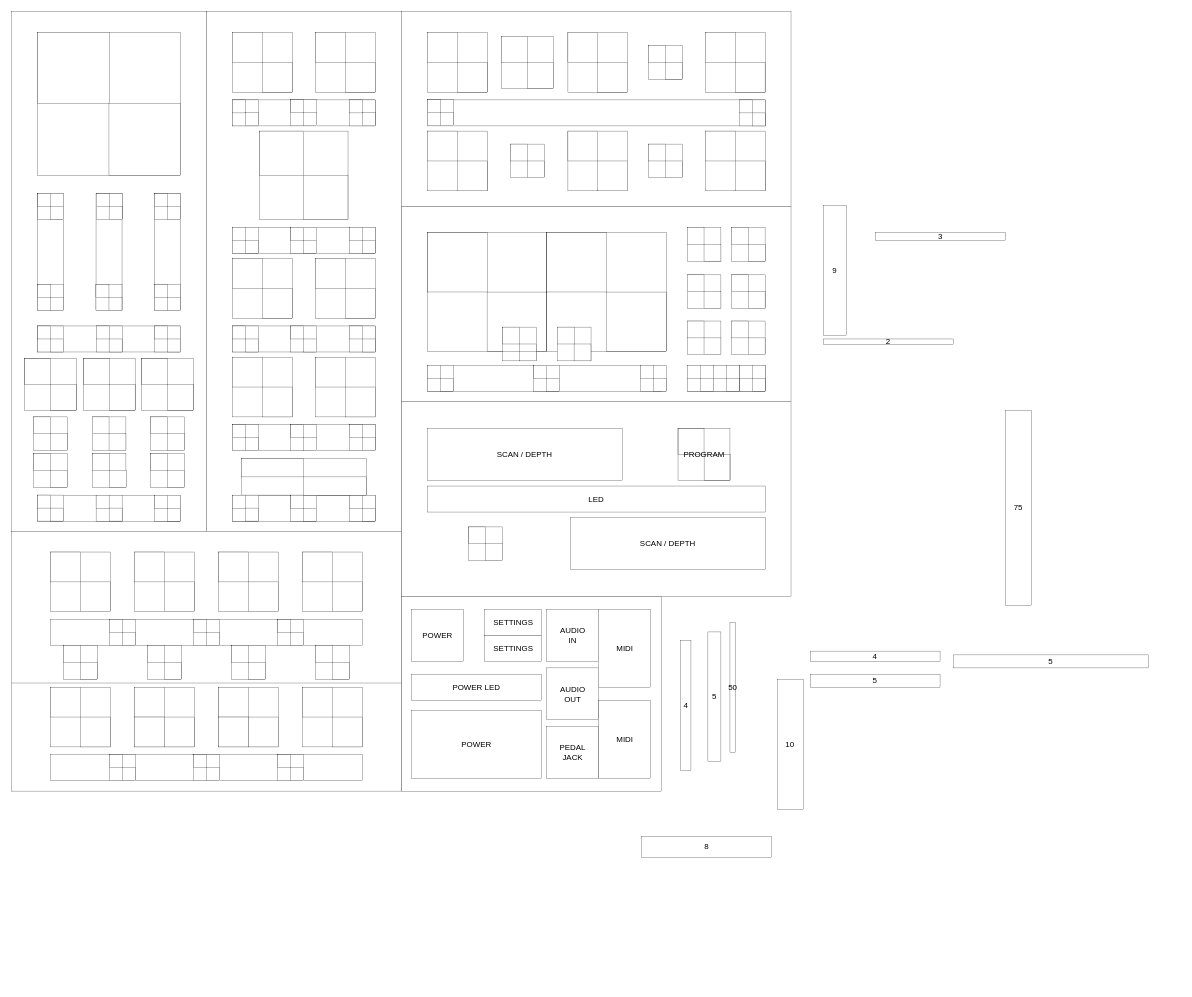
This is page "Page-3" (2 of 3) of Untitled Diagram.drawio from wtfedor/git_intro, a draw.io file, before an edit. Source tidied: cells renumbered, new cells numbered last; positions are measured from the earlier drawing's top-left corner, leaving out a move shared by most shapes. Both pictures are drawn from the tidied source at 66%, with x=0, y=0 at pixel (11, 11).
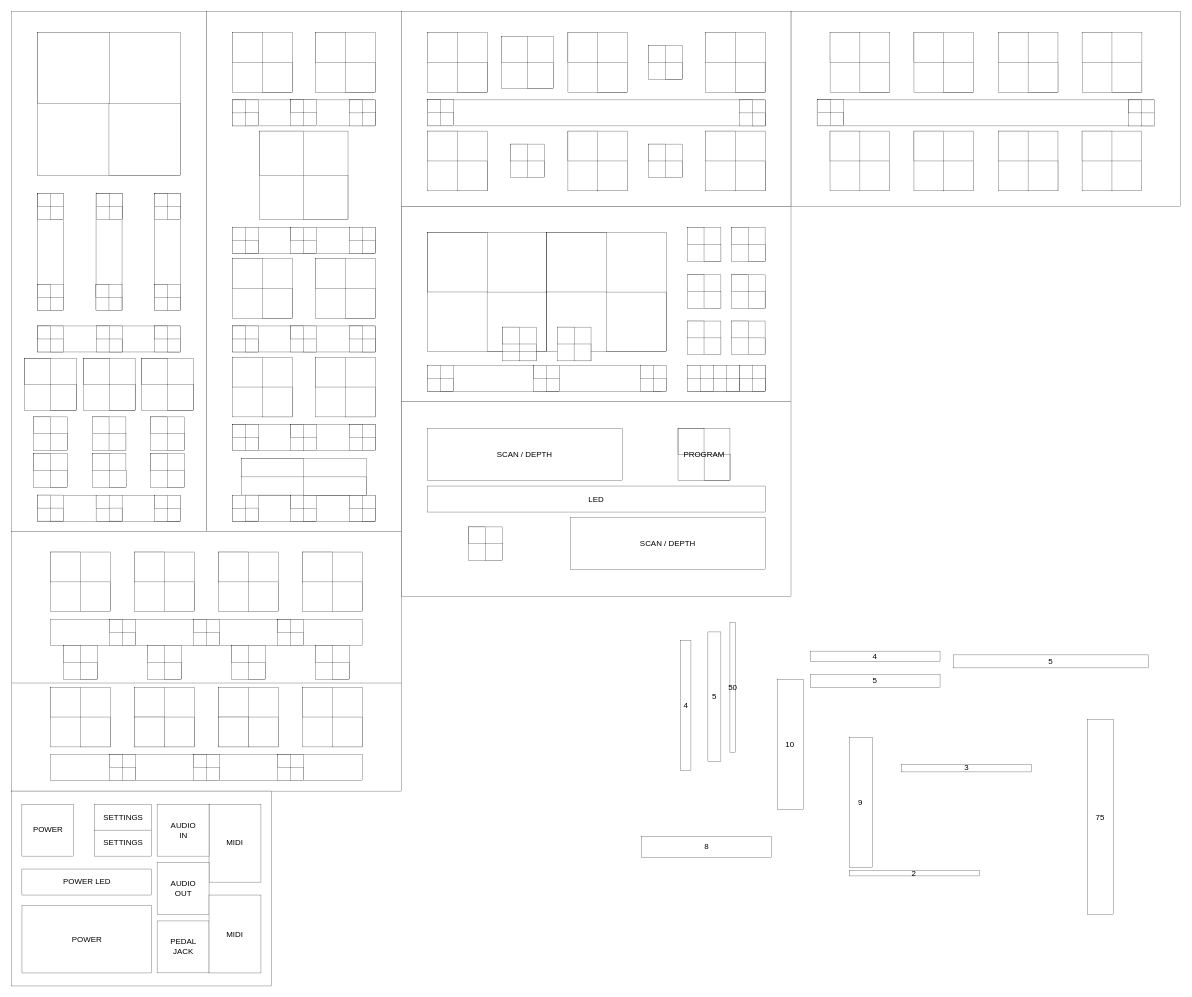
After the change.

The edit, as a diff of the source:
```diff
@@
-    <mxCell id="2" style="rounded=0;whiteSpace=wrap;html=1;strokeWidth=0.3937;" parent="1" vertex="1">
-      <mxGeometry x="590.5" y="886.2" width="393.7" height="295.3" as="geometry" />
-    </mxCell>
@@
     <mxCell id="103" value="9" style="rounded=0;whiteSpace=wrap;html=1;strokeWidth=0.3937;" parent="1" vertex="1">
-      <mxGeometry x="1230" y="294.3" width="35.4" height="196.8" as="geometry" />
+      <mxGeometry x="1269.4" y="1100" width="35.4" height="196.8" as="geometry" />
     </mxCell>
@@
     <mxCell id="108" value="&lt;div&gt;2&lt;/div&gt;" style="rounded=0;whiteSpace=wrap;html=1;strokeWidth=0.3937;" parent="1" vertex="1">
-      <mxGeometry x="1230" y="496.1" width="196.8" height="7.9" as="geometry" />
+      <mxGeometry x="1269.4" y="1301.8" width="196.8" height="7.9" as="geometry" />
     </mxCell>
     <mxCell id="109" value="&lt;div&gt;75&lt;/div&gt;" style="rounded=0;whiteSpace=wrap;html=1;strokeWidth=0.3937;" parent="1" vertex="1">
-      <mxGeometry x="1506.1" y="604.4" width="39.4" height="295.3" as="geometry" />
+      <mxGeometry x="1630" y="1073.2" width="39.4" height="295.3" as="geometry" />
     </mxCell>
@@
-    <mxCell id="120" value="POWER LED" style="rounded=0;whiteSpace=wrap;html=1;strokeWidth=0.3937;direction=south;" parent="1" vertex="1">
-      <mxGeometry x="606.3" y="1004.3" width="196.8" height="39.4" as="geometry" />
-    </mxCell>
@@
     <mxCell id="127" value="3" style="rounded=0;whiteSpace=wrap;html=1;strokeWidth=0.3937;" parent="1" vertex="1">
-      <mxGeometry x="1309.2" y="334.7" width="196.8" height="11.8" as="geometry" />
+      <mxGeometry x="1348.6" y="1140.3" width="196.8" height="11.8" as="geometry" />
     </mxCell>
@@
-    <mxCell id="259" value="POWER" style="rounded=0;whiteSpace=wrap;html=1;strokeWidth=0.3937;" parent="1" vertex="1">
-      <mxGeometry x="606.3" y="1059.5" width="196.8" height="102.4" as="geometry" />
-    </mxCell>
-    <mxCell id="260" value="&lt;div&gt;MIDI&lt;/div&gt;" style="rounded=0;whiteSpace=wrap;html=1;strokeWidth=0.3937;" parent="1" vertex="1">
-      <mxGeometry x="889.8" y="906" width="78.7" height="118.1" as="geometry" />
-    </mxCell>
-    <mxCell id="261" value="AUDIO&lt;br&gt;OUT" style="rounded=0;whiteSpace=wrap;html=1;strokeWidth=0.3937;" parent="1" vertex="1">
-      <mxGeometry x="811" y="994.5" width="78.7" height="78.7" as="geometry" />
-    </mxCell>
-    <mxCell id="262" value="PEDAL&lt;br&gt;JACK" style="rounded=0;whiteSpace=wrap;html=1;strokeWidth=0.3937;" parent="1" vertex="1">
-      <mxGeometry x="811" y="1083.1" width="78.7" height="78.7" as="geometry" />
-    </mxCell>
@@
-    <mxCell id="264" value="&lt;div&gt;MIDI&lt;/div&gt;" style="rounded=0;whiteSpace=wrap;html=1;strokeWidth=0.3937;" parent="1" vertex="1">
-      <mxGeometry x="889.8" y="1043.7" width="78.7" height="118.1" as="geometry" />
-    </mxCell>
-    <mxCell id="265" value="AUDIO&lt;br&gt;IN" style="rounded=0;whiteSpace=wrap;html=1;strokeWidth=0.3937;" parent="1" vertex="1">
-      <mxGeometry x="811" y="906" width="78.7" height="78.7" as="geometry" />
-    </mxCell>
-    <mxCell id="266" value="POWER" style="rounded=0;whiteSpace=wrap;html=1;strokeWidth=0.3937;" parent="1" vertex="1">
-      <mxGeometry x="606.3" y="906" width="78.7" height="78.7" as="geometry" />
-    </mxCell>
@@
-    <mxCell id="268" value="SETTINGS" style="rounded=0;whiteSpace=wrap;html=1;strokeWidth=0.3937;direction=west;" parent="1" vertex="1">
-      <mxGeometry x="716.5" y="906" width="86.6" height="39.4" as="geometry" />
-    </mxCell>
-    <mxCell id="269" value="SETTINGS" style="rounded=0;whiteSpace=wrap;html=1;strokeWidth=0.3937;direction=west;" parent="1" vertex="1">
-      <mxGeometry x="716.5" y="945.4" width="86.6" height="39.4" as="geometry" />
-    </mxCell>
@@
+    <mxCell id="332" style="rounded=0;whiteSpace=wrap;html=1;strokeWidth=0.3937;" parent="1" vertex="1">
+      <mxGeometry y="1181.1" width="393.7" height="295.3" as="geometry" />
+    </mxCell>
+    <mxCell id="120" value="POWER LED" style="rounded=0;whiteSpace=wrap;html=1;strokeWidth=0.3937;direction=south;" parent="1" vertex="1">
+      <mxGeometry x="15.7" y="1299.2" width="196.8" height="39.4" as="geometry" />
+    </mxCell>
+    <mxCell id="333" value="POWER" style="rounded=0;whiteSpace=wrap;html=1;strokeWidth=0.3937;" parent="1" vertex="1">
+      <mxGeometry x="15.8" y="1354.3" width="196.8" height="102.4" as="geometry" />
+    </mxCell>
+    <mxCell id="334" value="&lt;div&gt;MIDI&lt;/div&gt;" style="rounded=0;whiteSpace=wrap;html=1;strokeWidth=0.3937;" parent="1" vertex="1">
+      <mxGeometry x="299.2" y="1200.9" width="78.7" height="118.1" as="geometry" />
+    </mxCell>
+    <mxCell id="261" value="AUDIO&lt;br&gt;OUT" style="rounded=0;whiteSpace=wrap;html=1;strokeWidth=0.3937;" parent="1" vertex="1">
+      <mxGeometry x="220.5" y="1289.4" width="78.7" height="78.7" as="geometry" />
+    </mxCell>
+    <mxCell id="262" value="PEDAL&lt;br&gt;JACK" style="rounded=0;whiteSpace=wrap;html=1;strokeWidth=0.3937;" parent="1" vertex="1">
+      <mxGeometry x="220.5" y="1377.9" width="78.7" height="78.7" as="geometry" />
+    </mxCell>
+    <mxCell id="335" value="&lt;div&gt;MIDI&lt;/div&gt;" style="rounded=0;whiteSpace=wrap;html=1;strokeWidth=0.3937;" parent="1" vertex="1">
+      <mxGeometry x="299.2" y="1338.6" width="78.7" height="118.1" as="geometry" />
+    </mxCell>
+    <mxCell id="265" value="AUDIO&lt;br&gt;IN" style="rounded=0;whiteSpace=wrap;html=1;strokeWidth=0.3937;" parent="1" vertex="1">
+      <mxGeometry x="220.5" y="1200.9" width="78.7" height="78.7" as="geometry" />
+    </mxCell>
+    <mxCell id="336" value="POWER" style="rounded=0;whiteSpace=wrap;html=1;strokeWidth=0.3937;" parent="1" vertex="1">
+      <mxGeometry x="15.7" y="1200.9" width="78.7" height="78.7" as="geometry" />
+    </mxCell>
+    <mxCell id="337" value="SETTINGS" style="rounded=0;whiteSpace=wrap;html=1;strokeWidth=0.3937;direction=west;" parent="1" vertex="1">
+      <mxGeometry x="126" y="1200.9" width="86.6" height="39.4" as="geometry" />
+    </mxCell>
+    <mxCell id="338" value="SETTINGS" style="rounded=0;whiteSpace=wrap;html=1;strokeWidth=0.3937;direction=west;" parent="1" vertex="1">
+      <mxGeometry x="126" y="1240.2" width="86.6" height="39.4" as="geometry" />
+    </mxCell>
+    <mxCell id="339" style="rounded=0;whiteSpace=wrap;html=1;strokeWidth=0.3937;" parent="1" vertex="1">
+      <mxGeometry x="1181.1" width="590.5" height="295.3" as="geometry" />
+    </mxCell>
+    <mxCell id="340" style="rounded=0;whiteSpace=wrap;html=1;strokeWidth=0.3937;" parent="1" vertex="1">
+      <mxGeometry x="1220.5" y="133.9" width="511.8" height="39.4" as="geometry" />
+    </mxCell>
+    <mxCell id="341" style="rounded=0;whiteSpace=wrap;html=1;strokeWidth=0.3937;" parent="1" vertex="1">
+      <mxGeometry x="1692.9" y="133.9" width="39.4" height="39.4" as="geometry" />
+    </mxCell>
+    <mxCell id="342" style="rounded=0;whiteSpace=wrap;html=1;strokeWidth=0.3937;" parent="1" vertex="1">
+      <mxGeometry x="1692.9" y="133.9" width="19.7" height="19.7" as="geometry" />
+    </mxCell>
+    <mxCell id="343" style="rounded=0;whiteSpace=wrap;html=1;strokeWidth=0.3937;" parent="1" vertex="1">
+      <mxGeometry x="1712.6" y="153.6" width="19.7" height="19.7" as="geometry" />
+    </mxCell>
+    <mxCell id="344" style="rounded=0;whiteSpace=wrap;html=1;strokeWidth=0.3937;" parent="1" vertex="1">
+      <mxGeometry x="1220.6" y="133.8" width="39.4" height="39.4" as="geometry" />
+    </mxCell>
+    <mxCell id="345" style="rounded=0;whiteSpace=wrap;html=1;strokeWidth=0.3937;" parent="1" vertex="1">
+      <mxGeometry x="1220.6" y="133.8" width="19.7" height="19.7" as="geometry" />
+    </mxCell>
+    <mxCell id="346" style="rounded=0;whiteSpace=wrap;html=1;strokeWidth=0.3937;" parent="1" vertex="1">
+      <mxGeometry x="1240.3" y="153.5" width="19.7" height="19.7" as="geometry" />
+    </mxCell>
+    <mxCell id="347" style="rounded=0;whiteSpace=wrap;html=1;strokeWidth=0.3937;" parent="1" vertex="1">
+      <mxGeometry x="1240.2" y="31.5" width="90.6" height="90.6" as="geometry" />
+    </mxCell>
+    <mxCell id="348" style="rounded=0;whiteSpace=wrap;html=1;strokeWidth=0.3937;" parent="1" vertex="1">
+      <mxGeometry x="1622.1" y="31.5" width="90.6" height="90.6" as="geometry" />
+    </mxCell>
+    <mxCell id="349" style="rounded=0;whiteSpace=wrap;html=1;strokeWidth=0.3937;" parent="1" vertex="1">
+      <mxGeometry x="1367.3" y="31.5" width="90.6" height="90.6" as="geometry" />
+    </mxCell>
+    <mxCell id="350" style="rounded=0;whiteSpace=wrap;html=1;strokeWidth=0.3937;" parent="1" vertex="1">
+      <mxGeometry x="1494.9" y="31.5" width="90.6" height="90.6" as="geometry" />
+    </mxCell>
+    <mxCell id="351" style="rounded=0;whiteSpace=wrap;html=1;strokeWidth=0.3937;" parent="1" vertex="1">
+      <mxGeometry x="1240.1" y="31.5" width="45.3" height="45.3" as="geometry" />
+    </mxCell>
+    <mxCell id="352" style="rounded=0;whiteSpace=wrap;html=1;strokeWidth=0.3937;" parent="1" vertex="1">
+      <mxGeometry x="1285.4" y="76.8" width="45.3" height="45.3" as="geometry" />
+    </mxCell>
+    <mxCell id="353" style="rounded=0;whiteSpace=wrap;html=1;strokeWidth=0.3937;" parent="1" vertex="1">
+      <mxGeometry x="1367.3" y="31.5" width="45.3" height="45.3" as="geometry" />
+    </mxCell>
+    <mxCell id="354" style="rounded=0;whiteSpace=wrap;html=1;strokeWidth=0.3937;" parent="1" vertex="1">
+      <mxGeometry x="1412.6" y="76.8" width="45.3" height="45.3" as="geometry" />
+    </mxCell>
+    <mxCell id="355" style="rounded=0;whiteSpace=wrap;html=1;strokeWidth=0.3937;" parent="1" vertex="1">
+      <mxGeometry x="1494.9" y="31.5" width="45.3" height="45.3" as="geometry" />
+    </mxCell>
+    <mxCell id="356" style="rounded=0;whiteSpace=wrap;html=1;strokeWidth=0.3937;" parent="1" vertex="1">
+      <mxGeometry x="1540.2" y="76.8" width="45.3" height="45.3" as="geometry" />
+    </mxCell>
+    <mxCell id="357" style="rounded=0;whiteSpace=wrap;html=1;strokeWidth=0.3937;" parent="1" vertex="1">
+      <mxGeometry x="1622" y="31.5" width="45.3" height="45.3" as="geometry" />
+    </mxCell>
+    <mxCell id="358" style="rounded=0;whiteSpace=wrap;html=1;strokeWidth=0.3937;" parent="1" vertex="1">
+      <mxGeometry x="1667.3" y="76.8" width="45.3" height="45.3" as="geometry" />
+    </mxCell>
+    <mxCell id="359" style="rounded=0;whiteSpace=wrap;html=1;strokeWidth=0.3937;" parent="1" vertex="1">
+      <mxGeometry x="1240.1" y="181.1" width="90.6" height="90.6" as="geometry" />
+    </mxCell>
+    <mxCell id="360" style="rounded=0;whiteSpace=wrap;html=1;strokeWidth=0.3937;" parent="1" vertex="1">
+      <mxGeometry x="1622" y="181.1" width="90.6" height="90.6" as="geometry" />
+    </mxCell>
+    <mxCell id="361" style="rounded=0;whiteSpace=wrap;html=1;strokeWidth=0.3937;" parent="1" vertex="1">
+      <mxGeometry x="1367.3" y="181.1" width="90.6" height="90.6" as="geometry" />
+    </mxCell>
+    <mxCell id="362" style="rounded=0;whiteSpace=wrap;html=1;strokeWidth=0.3937;" parent="1" vertex="1">
+      <mxGeometry x="1494.9" y="181.1" width="90.6" height="90.6" as="geometry" />
+    </mxCell>
+    <mxCell id="363" style="rounded=0;whiteSpace=wrap;html=1;strokeWidth=0.3937;" parent="1" vertex="1">
+      <mxGeometry x="1240.1" y="181.1" width="45.3" height="45.3" as="geometry" />
+    </mxCell>
+    <mxCell id="364" style="rounded=0;whiteSpace=wrap;html=1;strokeWidth=0.3937;" parent="1" vertex="1">
+      <mxGeometry x="1285.4" y="226.4" width="45.3" height="45.3" as="geometry" />
+    </mxCell>
+    <mxCell id="365" style="rounded=0;whiteSpace=wrap;html=1;strokeWidth=0.3937;" parent="1" vertex="1">
+      <mxGeometry x="1367.3" y="181.1" width="45.3" height="45.3" as="geometry" />
+    </mxCell>
+    <mxCell id="366" style="rounded=0;whiteSpace=wrap;html=1;strokeWidth=0.3937;" parent="1" vertex="1">
+      <mxGeometry x="1412.6" y="226.4" width="45.3" height="45.3" as="geometry" />
+    </mxCell>
+    <mxCell id="367" style="rounded=0;whiteSpace=wrap;html=1;strokeWidth=0.3937;" parent="1" vertex="1">
+      <mxGeometry x="1494.9" y="181.1" width="45.3" height="45.3" as="geometry" />
+    </mxCell>
+    <mxCell id="368" style="rounded=0;whiteSpace=wrap;html=1;strokeWidth=0.3937;" parent="1" vertex="1">
+      <mxGeometry x="1540.2" y="226.4" width="45.3" height="45.3" as="geometry" />
+    </mxCell>
+    <mxCell id="369" style="rounded=0;whiteSpace=wrap;html=1;strokeWidth=0.3937;" parent="1" vertex="1">
+      <mxGeometry x="1622" y="181.1" width="45.3" height="45.3" as="geometry" />
+    </mxCell>
+    <mxCell id="370" style="rounded=0;whiteSpace=wrap;html=1;strokeWidth=0.3937;" parent="1" vertex="1">
+      <mxGeometry x="1667.3" y="226.4" width="45.3" height="45.3" as="geometry" />
+    </mxCell>
```
